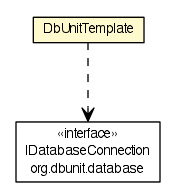
The Graphviz diagram apidocs/org/dayatang/dbunit/DbUnitTemplate.png in dayatang/dddlib, before a commit. Its source is kept beside it as apidocs/org/dayatang/dbunit/DbUnitTemplate.dot.
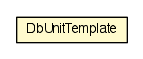
Later version of the same file.

What changed in the source:
```diff
@@ -4,17 +4,9 @@
 	node [fontname="Helvetica",fontsize=10,shape=plaintext];
 	nodesep=0.25;
 	ranksep=0.5;
-	c40112 [label=<<table title="org.dayatang.dbunit.DbUnitTemplate" border="0" cellborder="1" cellspacing="0" cellpadding="2" port="p" bgcolor="lemonChiffon" href="./DbUnitTemplate.html">
+	c39921 [label=<<table title="org.dayatang.dbunit.DbUnitTemplate" border="0" cellborder="1" cellspacing="0" cellpadding="2" port="p" bgcolor="lemonChiffon" href="./DbUnitTemplate.html">
 		<tr><td><table border="0" cellspacing="0" cellpadding="1">
 <tr><td align="center" balign="center"> DbUnitTemplate </td></tr>
 		</table></td></tr>
 		</table>>, URL="./DbUnitTemplate.html", fontname="Helvetica", fontcolor="black", fontsize=10.0];
-	c40112:p -> c40253:p [taillabel="", label=" "headlabel="", fontname="Helvetica", fontcolor="black", fontsize=10.0, color="black", arrowhead=open, style=dashed];
-	c40253 [label=<<table title="org.dbunit.database.IDatabaseConnection" border="0" cellborder="1" cellspacing="0" cellpadding="2" port="p" href="http://java.sun.com/j2se/1.4.2/docs/api/org/dbunit/database/IDatabaseConnection.html">
-		<tr><td><table border="0" cellspacing="0" cellpadding="1">
-<tr><td align="center" balign="center"> &#171;interface&#187; </td></tr>
-<tr><td align="center" balign="center"> IDatabaseConnection </td></tr>
-<tr><td align="center" balign="center"> org.dbunit.database </td></tr>
-		</table></td></tr>
-		</table>>, URL="http://java.sun.com/j2se/1.4.2/docs/api/org/dbunit/database/IDatabaseConnection.html", fontname="Helvetica", fontcolor="black", fontsize=10.0];
 }
```
